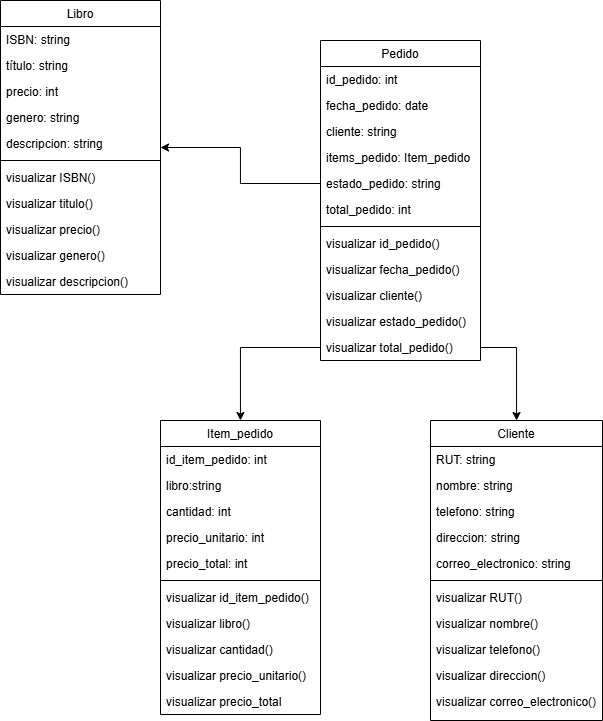
This is img/Caso de estudio tienda libros.drawio.png from ronaldp12/-libreria-array, a draw.io export, as it was before one commit. Source tidied: cells renumbered, new cells last; positions are measured from the earlier drawing's top-left corner, leaving out a move shared by most shapes.
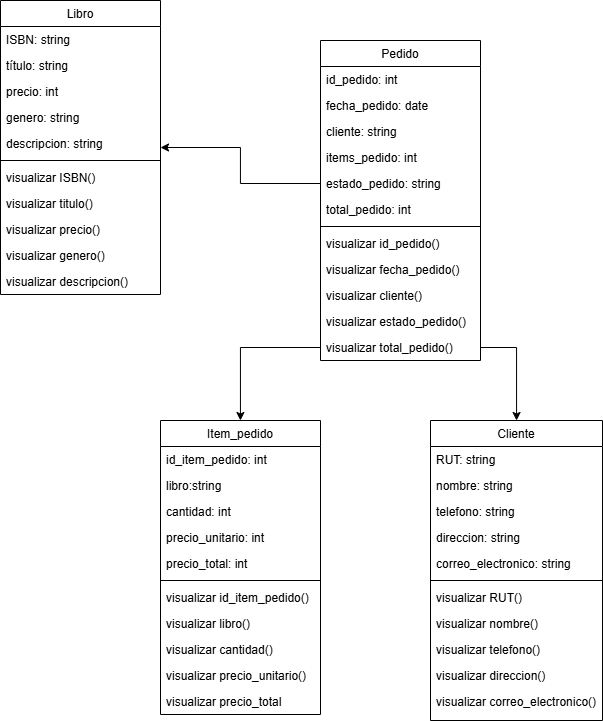
After the commit.

Commit message:
cambio imagen

What changed in the source:
```diff
@@ -50,7 +50,7 @@
     <mxCell id="17" value="cliente: string                                            " style="text;align=left;verticalAlign=top;spacingLeft=4;spacingRight=4;overflow=hidden;" parent="14" vertex="1">
       <mxGeometry y="78" width="160" height="26" as="geometry" />
     </mxCell>
-    <mxCell id="18" value="items_pedido: Item_pedido" style="text;align=left;verticalAlign=top;spacingLeft=4;spacingRight=4;overflow=hidden;" parent="14" vertex="1">
+    <mxCell id="18" value="items_pedido: int" style="text;align=left;verticalAlign=top;spacingLeft=4;spacingRight=4;overflow=hidden;" parent="14" vertex="1">
       <mxGeometry y="104" width="160" height="26" as="geometry" />
     </mxCell>
     <mxCell id="19" value="estado_pedido: string" style="text;align=left;verticalAlign=top;spacingLeft=4;spacingRight=4;overflow=hidden;points=[[0,0.5],[1,0.5]];portConstraint=eastwest;" parent="14" vertex="1">
```
